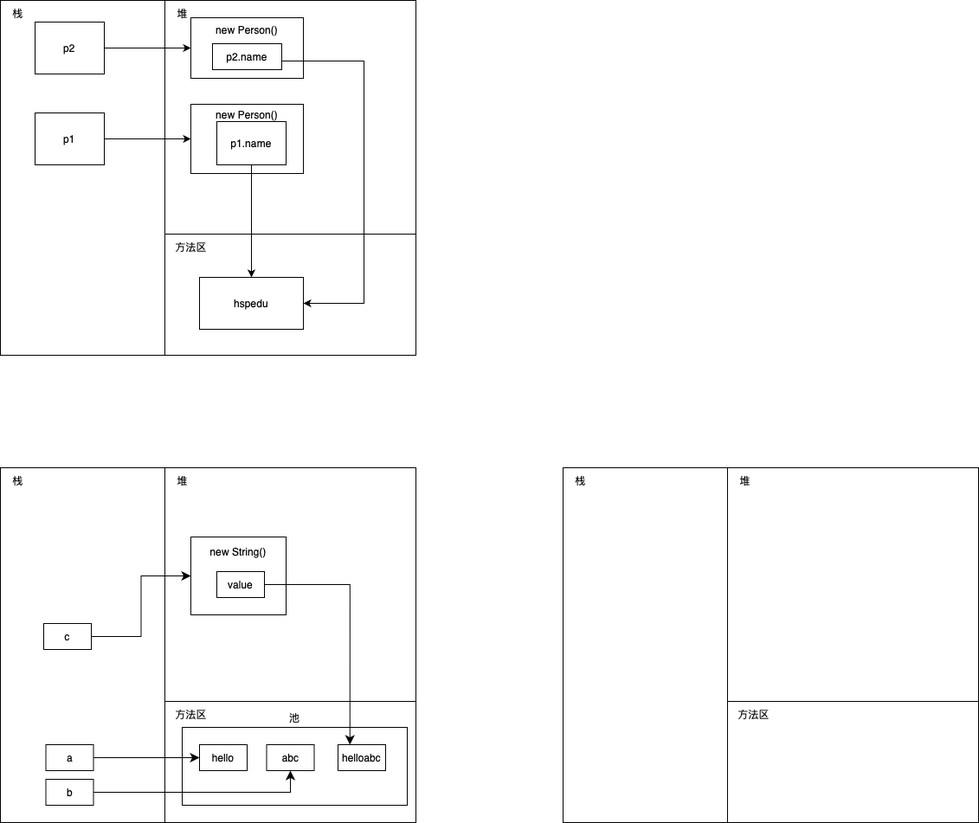
The draw.io diagram drawio/White.png in Stolorzs/Picgo, before a commit. Source tidied: cells renumbered, new cells last; positions are measured from the earlier drawing's top-left corner, leaving out a move shared by most shapes.
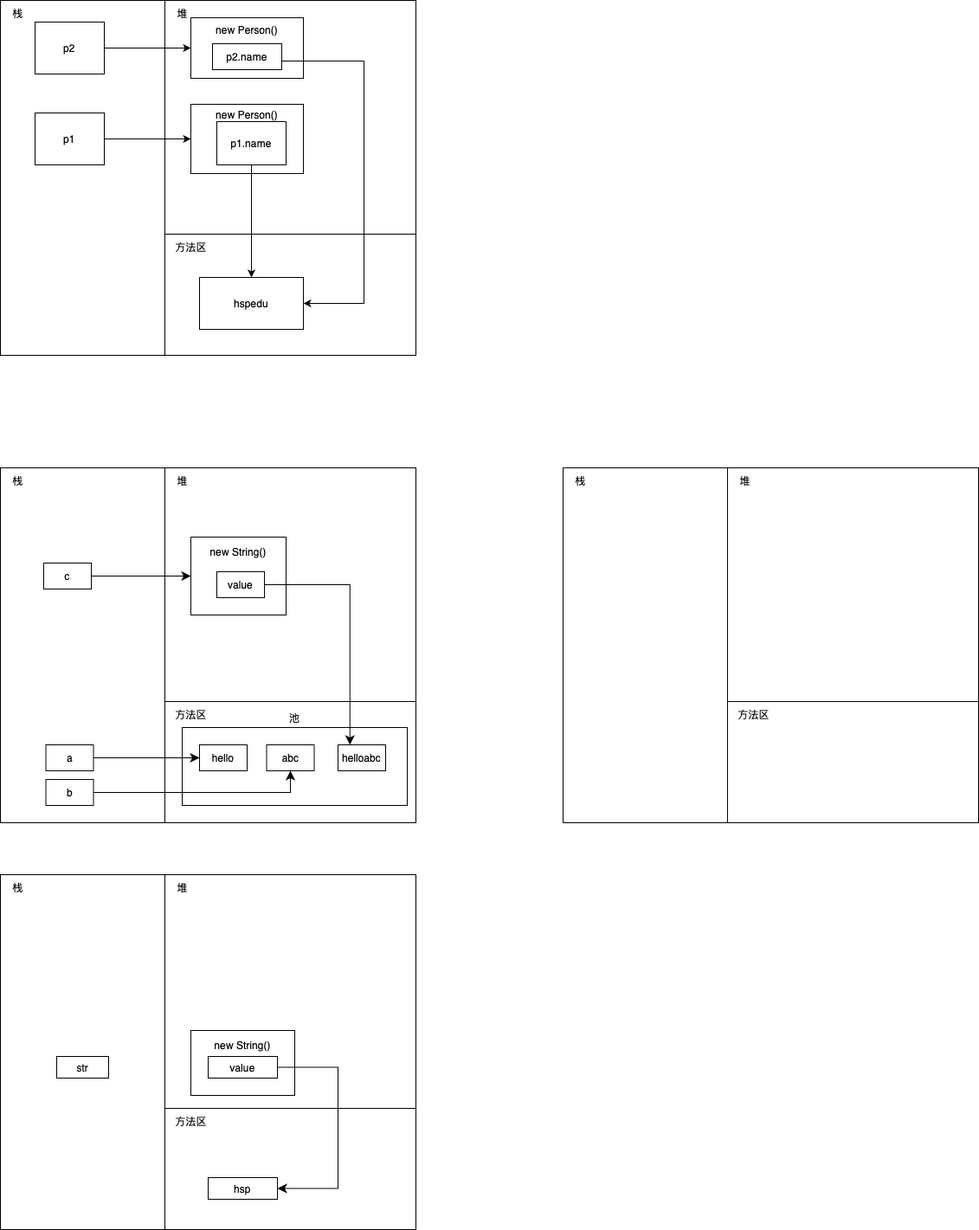
After the commit.

Change to the diagram source:
```diff
@@ -2,6 +2,27 @@
   <root>
     <mxCell id="0" />
     <mxCell id="1" parent="0" />
+    <mxCell id="47" style="group;" parent="1" vertex="1">
+      <mxGeometry y="1010" width="480" height="410" as="geometry" />
+    </mxCell>
+    <mxCell id="48" style="rounded=0;whiteSpace=wrap;html=1;labelBackgroundColor=none;" parent="47" vertex="1">
+      <mxGeometry x="190" y="270" width="290" height="140" as="geometry" />
+    </mxCell>
+    <mxCell id="49" style="rounded=0;whiteSpace=wrap;html=1;labelBackgroundColor=none;" parent="47" vertex="1">
+      <mxGeometry x="190" width="290" height="270" as="geometry" />
+    </mxCell>
+    <mxCell id="50" style="rounded=0;whiteSpace=wrap;html=1;labelBackgroundColor=none;" parent="47" vertex="1">
+      <mxGeometry width="190" height="410" as="geometry" />
+    </mxCell>
+    <mxCell id="51" value="栈" style="text;html=1;align=center;verticalAlign=middle;strokeColor=none;fillColor=none;labelBackgroundColor=none;" parent="47" vertex="1">
+      <mxGeometry width="40" height="30" as="geometry" />
+    </mxCell>
+    <mxCell id="52" value="堆" style="text;html=1;align=center;verticalAlign=middle;strokeColor=none;fillColor=none;labelBackgroundColor=none;" parent="47" vertex="1">
+      <mxGeometry x="190" width="40" height="30" as="geometry" />
+    </mxCell>
+    <mxCell id="53" value="方法区" style="text;html=1;align=center;verticalAlign=middle;strokeColor=none;fillColor=none;labelBackgroundColor=none;" parent="47" vertex="1">
+      <mxGeometry x="190" y="270" width="60" height="30" as="geometry" />
+    </mxCell>
     <mxCell id="2" style="group;labelBackgroundColor=none;" parent="1" vertex="1">
       <mxGeometry y="540" width="480" height="410" as="geometry" />
     </mxCell>
@@ -24,7 +45,7 @@
       <mxGeometry x="190" y="270" width="60" height="30" as="geometry" />
     </mxCell>
     <mxCell id="9" value="c" style="rounded=0;whiteSpace=wrap;html=1;labelBackgroundColor=none;" parent="2" vertex="1">
-      <mxGeometry x="50" y="180" width="55" height="30" as="geometry" />
+      <mxGeometry x="50" y="110" width="55" height="30" as="geometry" />
     </mxCell>
     <mxCell id="10" style="edgeStyle=none;curved=1;rounded=0;orthogonalLoop=1;jettySize=auto;html=1;exitX=0.5;exitY=1;exitDx=0;exitDy=0;fontSize=12;startSize=8;endSize=8;labelBackgroundColor=none;fontColor=default;" parent="2" edge="1" source="9" target="9">
       <mxGeometry relative="1" as="geometry" />
@@ -142,5 +163,25 @@
     <mxCell id="46" value="helloabc" style="rounded=0;whiteSpace=wrap;html=1;labelBackgroundColor=none;" parent="1" vertex="1">
       <mxGeometry x="390" y="860" width="55" height="30" as="geometry" />
     </mxCell>
+    <mxCell id="54" value="str" style="rounded=0;whiteSpace=wrap;html=1;" parent="1" vertex="1">
+      <mxGeometry x="65" y="1220" width="60" height="25" as="geometry" />
+    </mxCell>
+    <mxCell id="55" value="new String()&lt;div&gt;&lt;br&gt;&lt;/div&gt;&lt;div&gt;&lt;br&gt;&lt;/div&gt;&lt;div&gt;&lt;br&gt;&lt;/div&gt;" style="rounded=0;whiteSpace=wrap;html=1;" parent="1" vertex="1">
+      <mxGeometry x="220" y="1190" width="120" height="75" as="geometry" />
+    </mxCell>
+    <mxCell id="56" value="hsp" style="rounded=0;whiteSpace=wrap;html=1;" parent="1" vertex="1">
+      <mxGeometry x="240" y="1360" width="80" height="25" as="geometry" />
+    </mxCell>
+    <mxCell id="57" style="edgeStyle=orthogonalEdgeStyle;rounded=0;jettySize=auto;html=1;fontSize=12;startSize=8;endSize=8;" parent="1" edge="1" source="58" target="56">
+      <mxGeometry relative="1" as="geometry">
+        <Array as="points">
+          <mxPoint x="390" y="1232.5" />
+          <mxPoint x="390" y="1372.5" />
+        </Array>
+      </mxGeometry>
+    </mxCell>
+    <mxCell id="58" value="value" style="rounded=0;whiteSpace=wrap;html=1;" parent="1" vertex="1">
+      <mxGeometry x="240" y="1220" width="80" height="25" as="geometry" />
+    </mxCell>
   </root>
 </mxGraphModel>
```
